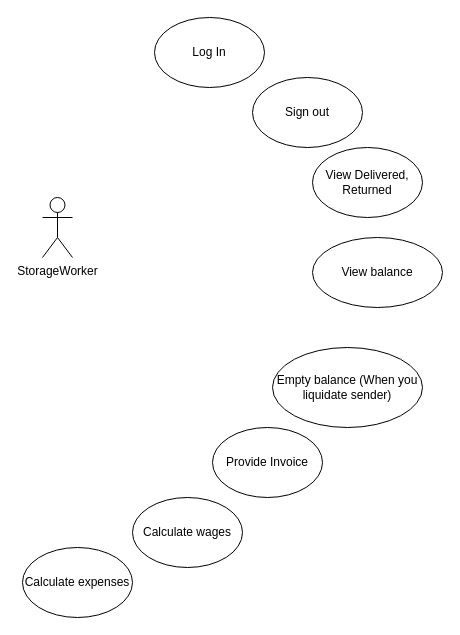
The draw.io diagram page "Finance" (6 of 6) of Use cases.drawio.xml in asheta20/Posta420, before the edit. Source tidied: cells renumbered, new cells numbered last; positions are measured from the earlier drawing's top-left corner, leaving out a move shared by most shapes. Both pictures are drawn from the tidied source at 100%, with x=0, y=0 at pixel (22, 17).
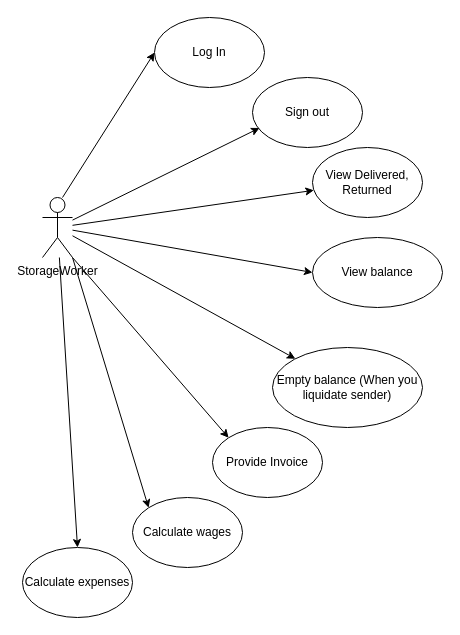
The same diagram, later.

The edit, as a diff of the source:
```diff
@@
 <mxGraphModel>
   <root>
     <mxCell id="0" />
     <mxCell id="1" parent="0" />
     <mxCell id="2" value="StorageWorker" style="shape=umlActor;verticalLabelPosition=bottom;verticalAlign=top;html=1;outlineConnect=0;rounded=1;" parent="1" vertex="1">
       <mxGeometry x="20" y="180" width="30" height="60" as="geometry" />
     </mxCell>
     <mxCell id="3" value="Log In" style="ellipse;whiteSpace=wrap;html=1;rounded=1;" parent="1" vertex="1">
       <mxGeometry x="132" width="110" height="70" as="geometry" />
     </mxCell>
     <mxCell id="4" value="Sign out" style="ellipse;whiteSpace=wrap;html=1;rounded=1;" parent="1" vertex="1">
       <mxGeometry x="230" y="60" width="110" height="70" as="geometry" />
     </mxCell>
     <mxCell id="5" value="View balance" style="ellipse;whiteSpace=wrap;html=1;rounded=1;" parent="1" vertex="1">
       <mxGeometry x="290" y="220" width="130" height="70" as="geometry" />
     </mxCell>
     <mxCell id="6" value="View Delivered, Returned" style="ellipse;whiteSpace=wrap;html=1;rounded=1;" parent="1" vertex="1">
       <mxGeometry x="290" y="130" width="110" height="70" as="geometry" />
     </mxCell>
     <mxCell id="7" value="Empty balance (When you liquidate sender)" style="ellipse;whiteSpace=wrap;html=1;rounded=1;" parent="1" vertex="1">
       <mxGeometry x="250" y="330" width="150" height="80" as="geometry" />
     </mxCell>
     <mxCell id="8" value="Provide Invoice" style="ellipse;whiteSpace=wrap;html=1;rounded=1;" parent="1" vertex="1">
       <mxGeometry x="190" y="410" width="110" height="70" as="geometry" />
     </mxCell>
     <mxCell id="9" value="Calculate wages" style="ellipse;whiteSpace=wrap;html=1;rounded=1;" parent="1" vertex="1">
       <mxGeometry x="110" y="480" width="110" height="70" as="geometry" />
     </mxCell>
     <mxCell id="10" value="Calculate expenses" style="ellipse;whiteSpace=wrap;html=1;rounded=1;" parent="1" vertex="1">
       <mxGeometry y="530" width="110" height="70" as="geometry" />
     </mxCell>
+    <mxCell id="11" style="endArrow=classic;html=1;rounded=0;entryX=0;entryY=0.5;entryDx=0;entryDy=0;" parent="1" edge="1" target="3">
+      <mxGeometry relative="1" as="geometry">
+        <mxPoint x="40" y="180" as="sourcePoint" />
+      </mxGeometry>
+    </mxCell>
+    <mxCell id="12" style="endArrow=classic;html=1;rounded=0;entryX=0.064;entryY=0.721;entryDx=0;entryDy=0;entryPerimeter=0;" parent="1" edge="1" source="2" target="4">
+      <mxGeometry relative="1" as="geometry" />
+    </mxCell>
+    <mxCell id="13" style="endArrow=classic;html=1;rounded=0;" parent="1" edge="1" source="2" target="6">
+      <mxGeometry relative="1" as="geometry" />
+    </mxCell>
+    <mxCell id="14" style="endArrow=classic;html=1;rounded=0;entryX=0.5;entryY=0;entryDx=0;entryDy=0;" parent="1" edge="1" source="2" target="10">
+      <mxGeometry relative="1" as="geometry" />
+    </mxCell>
+    <mxCell id="15" style="endArrow=classic;html=1;rounded=0;exitX=1;exitY=1;exitDx=0;exitDy=0;exitPerimeter=0;entryX=0;entryY=0;entryDx=0;entryDy=0;" parent="1" edge="1" source="2" target="9">
+      <mxGeometry relative="1" as="geometry" />
+    </mxCell>
+    <mxCell id="16" style="endArrow=classic;html=1;rounded=0;entryX=0;entryY=0.5;entryDx=0;entryDy=0;" parent="1" edge="1" source="2" target="5">
+      <mxGeometry relative="1" as="geometry" />
+    </mxCell>
+    <mxCell id="17" style="endArrow=classic;html=1;rounded=0;" parent="1" edge="1" source="2" target="7">
+      <mxGeometry relative="1" as="geometry" />
+    </mxCell>
+    <mxCell id="18" style="endArrow=classic;html=1;rounded=0;exitX=1;exitY=1;exitDx=0;exitDy=0;exitPerimeter=0;entryX=0;entryY=0;entryDx=0;entryDy=0;" parent="1" edge="1" source="2" target="8">
+      <mxGeometry relative="1" as="geometry" />
+    </mxCell>
   </root>
 </mxGraphModel>
```
